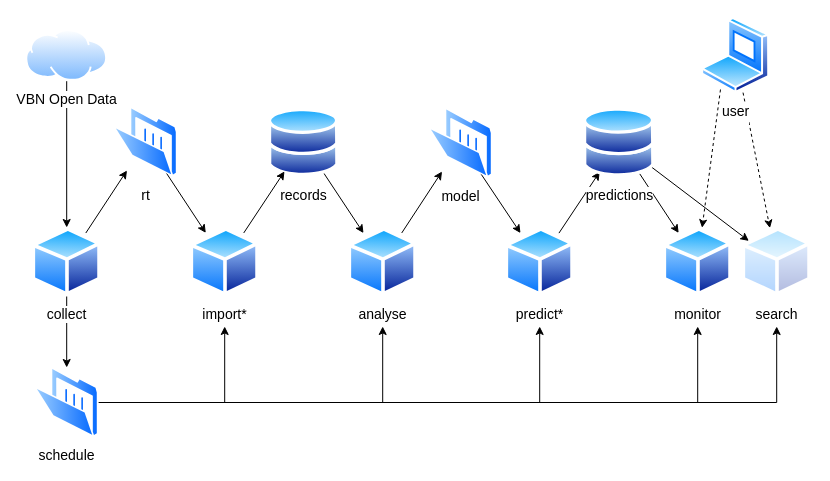
dystonse/dystonse.github.io keeps this draw.io diagram as assets/Untitled Diagram.drawio. Above is the earlier version. Source tidied: cells renumbered, new cells numbered last; positions are measured from the earlier drawing's top-left corner, leaving out a move shared by most shapes. Both pictures are drawn from the tidied source at 100%, with x=0, y=0 at pixel (25, 17).
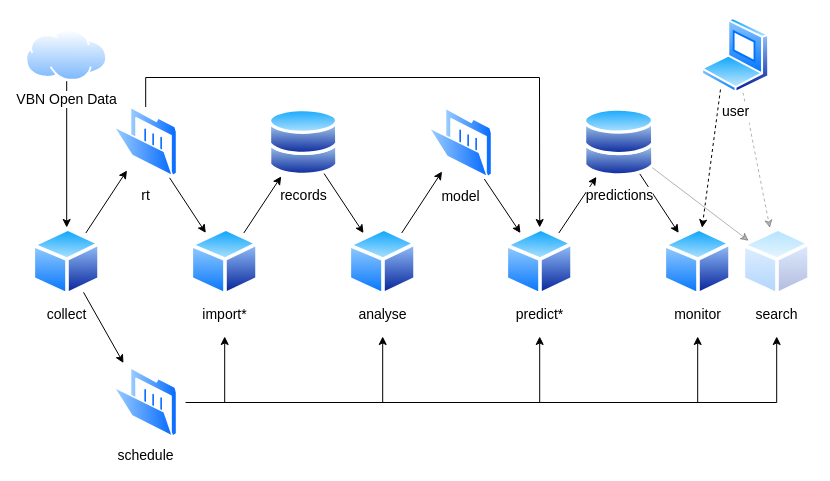
The same page after the edit.

Unchanged cells that the change refers to:
```xml
<mxCell id="3" value="&lt;div style=&quot;font-size: 14px;&quot;&gt;records&lt;/div&gt;" style="perimeter=ellipsePerimeter;html=1;align=center;shadow=0;dashed=0;spacingTop=3;image;image=img/lib/active_directory/databases.svg;fontSize=14;" parent="1" vertex="1">
  <mxGeometry x="243" y="90.5" width="70.4" height="69" as="geometry" />
</mxCell>
<mxCell id="14" value="collect" style="perimeter=ellipsePerimeter;html=1;align=center;shadow=0;dashed=0;spacingTop=3;image;image=img/lib/active_directory/generic_node.svg;fontSize=14;" parent="1" vertex="1">
  <mxGeometry x="6" y="210" width="70.4" height="69" as="geometry" />
</mxCell>
<mxCell id="17" value="&lt;div style=&quot;font-size: 14px;&quot;&gt;user&lt;/div&gt;&lt;div style=&quot;font-size: 14px;&quot;&gt;&lt;br style=&quot;font-size: 14px;&quot;&gt;&lt;/div&gt;" style="perimeter=ellipsePerimeter;html=1;align=center;shadow=0;dashed=0;spacingTop=3;image;image=img/lib/active_directory/laptop_client.svg;fontSize=14;" parent="1" vertex="1">
  <mxGeometry x="676" width="68.4" height="76" as="geometry" />
</mxCell>
<mxCell id="19" value="import*" style="perimeter=ellipsePerimeter;html=1;align=center;shadow=0;dashed=0;spacingTop=3;image;image=img/lib/active_directory/generic_node.svg;fontSize=14;" parent="1" vertex="1">
  <mxGeometry x="164" y="210" width="70.4" height="69" as="geometry" />
</mxCell>
<mxCell id="21" value="analyse" style="perimeter=ellipsePerimeter;html=1;align=center;shadow=0;dashed=0;spacingTop=3;image;image=img/lib/active_directory/generic_node.svg;fontSize=14;" parent="1" vertex="1">
  <mxGeometry x="322" y="210" width="70.4" height="69" as="geometry" />
</mxCell>
<mxCell id="23" value="predict*" style="perimeter=ellipsePerimeter;html=1;align=center;shadow=0;dashed=0;spacingTop=3;image;image=img/lib/active_directory/generic_node.svg;fontSize=14;" parent="1" vertex="1">
  <mxGeometry x="479" y="210" width="70.4" height="69" as="geometry" />
</mxCell>
<mxCell id="24" value="monitor" style="perimeter=ellipsePerimeter;html=1;align=center;shadow=0;dashed=0;spacingTop=3;image;image=img/lib/active_directory/generic_node.svg;fontSize=14;" parent="1" vertex="1">
  <mxGeometry x="637" y="210" width="70.4" height="69" as="geometry" />
</mxCell>
<mxCell id="25" value="&lt;div style=&quot;font-size: 14px;&quot;&gt;search&lt;/div&gt;" style="perimeter=ellipsePerimeter;html=1;align=center;shadow=0;dashed=0;spacingTop=3;image;image=img/lib/active_directory/generic_node.svg;opacity=30;fontSize=14;" parent="1" vertex="1">
  <mxGeometry x="716" y="210" width="70.4" height="69" as="geometry" />
</mxCell>
<mxCell id="28" value="&lt;div style=&quot;font-size: 14px;&quot;&gt;predictions&lt;/div&gt;" style="perimeter=ellipsePerimeter;html=1;align=center;shadow=0;dashed=0;spacingTop=3;image;image=img/lib/active_directory/databases.svg;fontSize=14;" parent="1" vertex="1">
  <mxGeometry x="558" y="90" width="71.4" height="70" as="geometry" />
</mxCell>
<mxCell id="30" value="rt" style="perimeter=ellipsePerimeter;html=1;align=center;shadow=0;dashed=0;spacingTop=3;image;image=img/lib/active_directory/folder_open.svg;fontSize=14;" parent="1" vertex="1">
  <mxGeometry x="88" y="89.5" width="64.4" height="70" as="geometry" />
</mxCell>
<mxCell id="32" value="&lt;div style=&quot;font-size: 14px;&quot;&gt;model&lt;/div&gt;" style="perimeter=ellipsePerimeter;html=1;align=center;shadow=0;dashed=0;spacingTop=3;image;image=img/lib/active_directory/folder_open.svg;fontSize=14;" parent="1" vertex="1">
  <mxGeometry x="403" y="90.5" width="64.4" height="70" as="geometry" />
</mxCell>
```

What changed in the source:
```diff
@@
-    <mxCell id="4" style="edgeStyle=orthogonalEdgeStyle;rounded=0;jettySize=auto;html=1;targetPerimeterSpacing=30;" parent="1" edge="1" source="9" target="21">
+    <mxCell id="4" style="edgeStyle=orthogonalEdgeStyle;rounded=0;jettySize=auto;html=1;targetPerimeterSpacing=40;sourcePerimeterSpacing=8;" parent="1" edge="1" source="9" target="21">
       <mxGeometry relative="1" as="geometry" />
     </mxCell>
-    <mxCell id="5" style="edgeStyle=orthogonalEdgeStyle;rounded=0;jettySize=auto;html=1;targetPerimeterSpacing=30;" parent="1" edge="1" source="9" target="23">
+    <mxCell id="5" style="edgeStyle=orthogonalEdgeStyle;rounded=0;jettySize=auto;html=1;targetPerimeterSpacing=40;sourcePerimeterSpacing=8;" parent="1" edge="1" source="9" target="23">
       <mxGeometry relative="1" as="geometry" />
     </mxCell>
-    <mxCell id="6" style="edgeStyle=orthogonalEdgeStyle;rounded=0;jettySize=auto;html=1;targetPerimeterSpacing=30;" parent="1" edge="1" source="9" target="24">
+    <mxCell id="6" style="edgeStyle=orthogonalEdgeStyle;rounded=0;jettySize=auto;html=1;targetPerimeterSpacing=40;sourcePerimeterSpacing=8;" parent="1" edge="1" source="9" target="24">
       <mxGeometry relative="1" as="geometry" />
     </mxCell>
-    <mxCell id="7" style="edgeStyle=orthogonalEdgeStyle;rounded=0;jettySize=auto;html=1;elbow=vertical;targetPerimeterSpacing=30;" parent="1" edge="1" source="9" target="25">
+    <mxCell id="7" style="edgeStyle=orthogonalEdgeStyle;rounded=0;jettySize=auto;html=1;elbow=vertical;targetPerimeterSpacing=40;sourcePerimeterSpacing=8;" parent="1" edge="1" source="9" target="25">
       <mxGeometry relative="1" as="geometry" />
     </mxCell>
-    <mxCell id="8" style="edgeStyle=orthogonalEdgeStyle;rounded=0;jettySize=auto;html=1;targetPerimeterSpacing=30;fontSize=14;" parent="1" edge="1" source="9" target="19">
+    <mxCell id="8" style="edgeStyle=orthogonalEdgeStyle;rounded=0;jettySize=auto;html=1;targetPerimeterSpacing=40;fontSize=14;sourcePerimeterSpacing=8;" parent="1" edge="1" source="9" target="19">
       <mxGeometry relative="1" as="geometry" />
     </mxCell>
     <mxCell id="9" value="&lt;div style=&quot;font-size: 14px;&quot;&gt;schedule&lt;/div&gt;" style="perimeter=ellipsePerimeter;html=1;align=center;shadow=0;dashed=0;spacingTop=3;image;image=img/lib/active_directory/folder_open.svg;fontSize=14;" parent="1" vertex="1">
-      <mxGeometry x="9" y="350" width="64.4" height="70" as="geometry" />
+      <mxGeometry x="88" y="350" width="64.4" height="70" as="geometry" />
     </mxCell>
@@
-    <mxCell id="12" style="edgeStyle=orthogonalEdgeStyle;rounded=0;jettySize=auto;html=1;exitX=0.5;exitY=1;exitDx=0;exitDy=0;entryX=0.5;entryY=0;entryDx=0;entryDy=0;" parent="1" edge="1" source="14" target="9">
+    <mxCell id="12" style="rounded=0;jettySize=auto;html=1;targetPerimeterSpacing=11;" parent="1" edge="1" source="14" target="9">
       <mxGeometry relative="1" as="geometry" />
     </mxCell>
@@
-    <mxCell id="16" style="edgeStyle=none;rounded=0;jettySize=auto;html=1;dashed=1;" parent="1" edge="1" source="17" target="25">
+    <mxCell id="16" style="edgeStyle=none;rounded=0;jettySize=auto;html=1;dashed=1;opacity=30;" parent="1" edge="1" source="17" target="25">
       <mxGeometry relative="1" as="geometry" />
     </mxCell>
@@
-    <mxCell id="18" style="edgeStyle=none;rounded=0;jettySize=auto;html=1;" parent="1" edge="1" source="19" target="3">
+    <mxCell id="18" style="edgeStyle=none;rounded=0;jettySize=auto;html=1;targetPerimeterSpacing=6;" parent="1" edge="1" source="19" target="3">
       <mxGeometry relative="1" as="geometry" />
     </mxCell>
@@
-    <mxCell id="22" style="edgeStyle=none;rounded=0;jettySize=auto;html=1;" parent="1" edge="1" source="23" target="28">
+    <mxCell id="22" style="edgeStyle=none;rounded=0;jettySize=auto;html=1;targetPerimeterSpacing=6;" parent="1" edge="1" source="23" target="28">
       <mxGeometry relative="1" as="geometry" />
     </mxCell>
@@
-    <mxCell id="27" style="edgeStyle=none;rounded=0;jettySize=auto;html=1;" parent="1" edge="1" source="28" target="25">
+    <mxCell id="27" style="edgeStyle=none;rounded=0;jettySize=auto;html=1;opacity=30;" parent="1" edge="1" source="28" target="25">
       <mxGeometry relative="1" as="geometry" />
     </mxCell>
@@
-    <mxCell id="29" style="edgeStyle=none;rounded=0;jettySize=auto;html=1;" parent="1" edge="1" source="30" target="19">
+    <mxCell id="29" style="edgeStyle=none;rounded=0;jettySize=auto;html=1;sourcePerimeterSpacing=9;" parent="1" edge="1" source="30" target="19">
       <mxGeometry relative="1" as="geometry" />
     </mxCell>
+    <mxCell id="33" style="edgeStyle=orthogonalEdgeStyle;rounded=0;jettySize=auto;html=1;targetPerimeterSpacing=0;fontSize=14;exitX=0.5;exitY=0;exitDx=0;exitDy=0;" parent="1" edge="1" source="30" target="23">
+      <mxGeometry relative="1" as="geometry">
+        <Array as="points">
+          <mxPoint x="120" y="60" />
+          <mxPoint x="514" y="60" />
+        </Array>
+      </mxGeometry>
+    </mxCell>
@@
-    <mxCell id="31" style="edgeStyle=none;rounded=0;jettySize=auto;html=1;" parent="1" edge="1" source="32" target="23">
+    <mxCell id="31" style="edgeStyle=none;rounded=0;jettySize=auto;html=1;sourcePerimeterSpacing=9;" parent="1" edge="1" source="32" target="23">
       <mxGeometry relative="1" as="geometry" />
     </mxCell>
```
